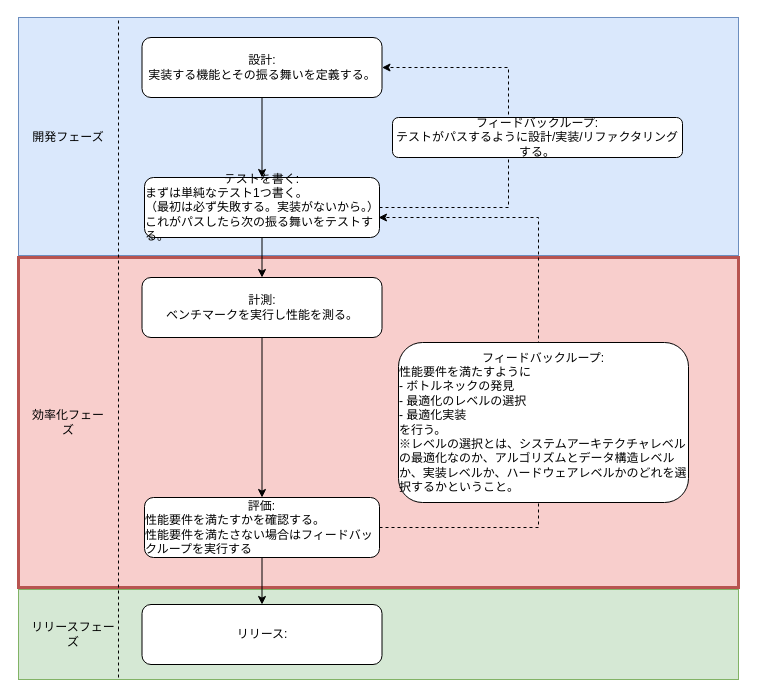
Earlier version of the draw.io diagram optimization/images/Optimization-flow.drawio (aintek-xyz/docs). Source tidied: cells renumbered, new cells numbered last; positions are measured from the earlier drawing's top-left corner, leaving out a move shared by most shapes. Both pictures are drawn from the tidied source at 100%, with x=0, y=0 at pixel (18, 17).
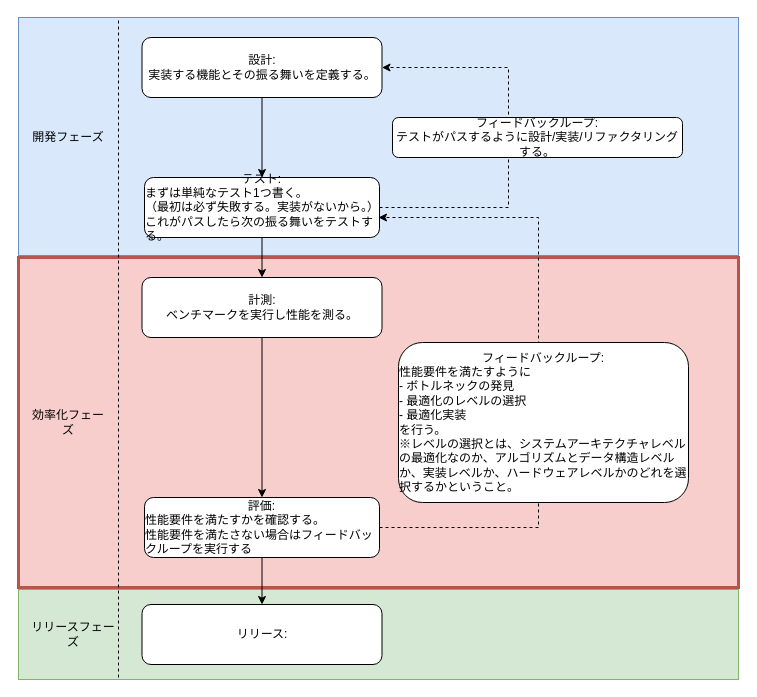
Above is the later version.

Diff of the diagram source:
```diff
@@
-    <mxCell id="7" value="テストを書く:&lt;br&gt;&lt;div style=&quot;text-align: left&quot;&gt;&lt;span&gt;まずは単純なテスト1つ書く。&lt;/span&gt;&lt;/div&gt;&lt;div style=&quot;text-align: left&quot;&gt;（最初は必ず失敗する。実装がないから。）&lt;/div&gt;&lt;div style=&quot;text-align: left&quot;&gt;&lt;span&gt;これがパスしたら次の振る舞いをテストする。&lt;/span&gt;&lt;/div&gt;" style="rounded=1;whiteSpace=wrap;html=1;" parent="1" vertex="1">
+    <mxCell id="7" value="テスト:&lt;br&gt;&lt;div style=&quot;text-align: left&quot;&gt;&lt;span&gt;まずは単純なテスト1つ書く。&lt;/span&gt;&lt;/div&gt;&lt;div style=&quot;text-align: left&quot;&gt;（最初は必ず失敗する。実装がないから。）&lt;/div&gt;&lt;div style=&quot;text-align: left&quot;&gt;&lt;span&gt;これがパスしたら次の振る舞いをテストする。&lt;/span&gt;&lt;/div&gt;" style="rounded=1;whiteSpace=wrap;html=1;" parent="1" vertex="1">
       <mxGeometry x="126" y="160" width="235" height="60" as="geometry" />
     </mxCell>
```
